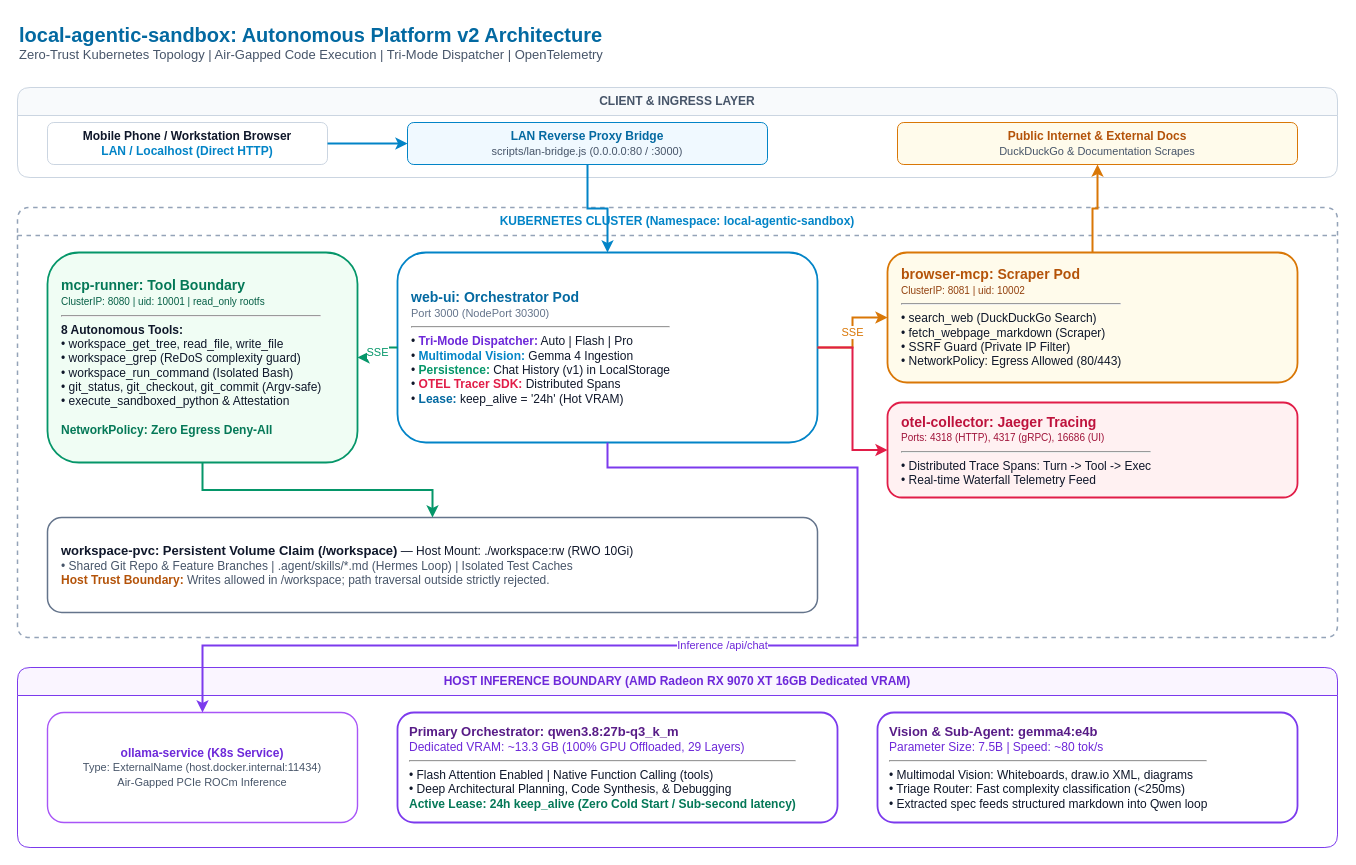
The draw.io diagram docs/architecture.drawio in ZackMcColgan/local-agentic-sandbox, before the edit. Source tidied: cells renumbered, new cells numbered last; positions are measured from the earlier drawing's top-left corner, leaving out a move shared by most shapes. Both pictures are drawn from the tidied source at 100%, with x=0, y=0 at pixel (17, 17).
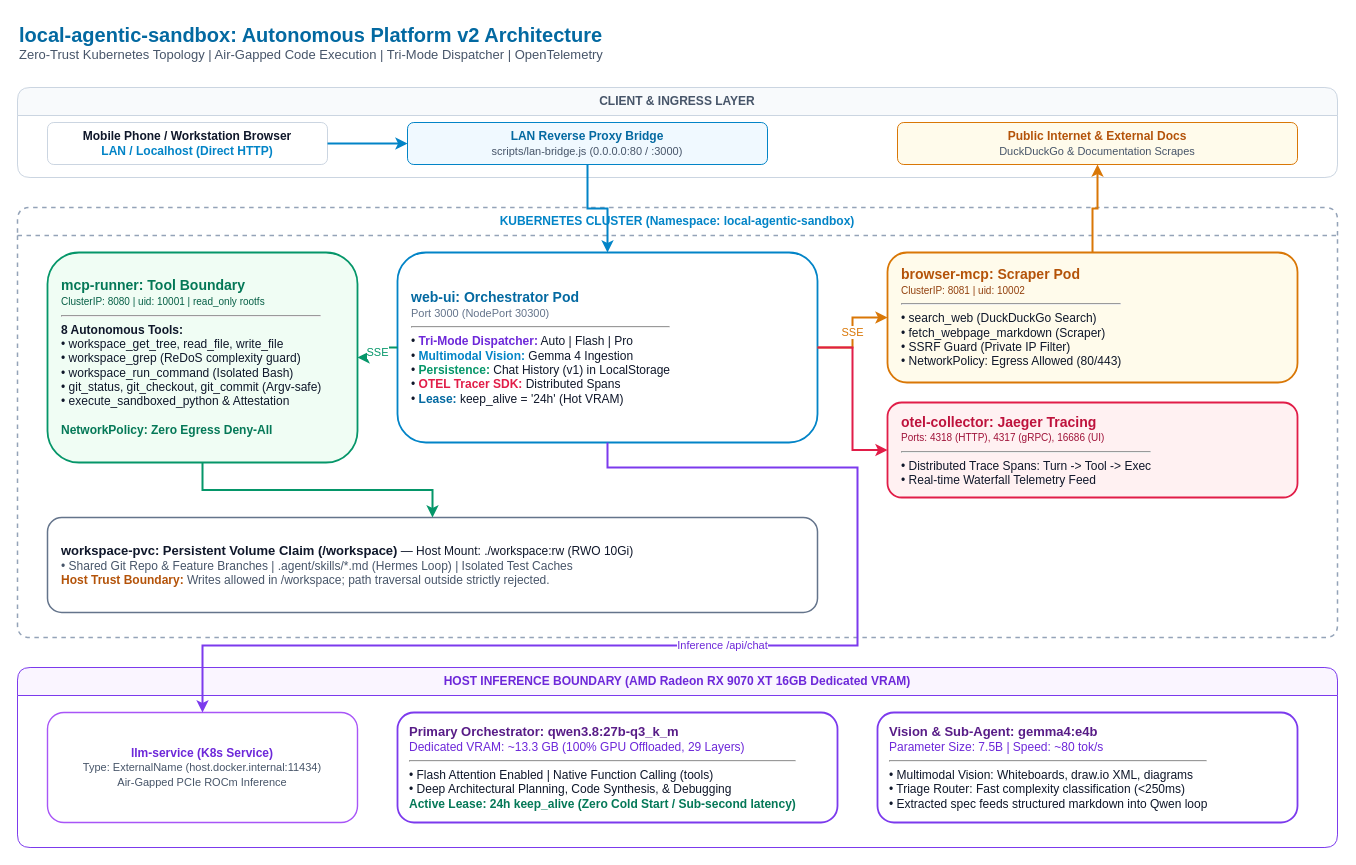
The same page after the edit.

The change refers to these unchanged cells:
```xml
<mxCell id="13" value="&lt;b&gt;HOST INFERENCE BOUNDARY (AMD Radeon RX 9070 XT 16GB Dedicated VRAM)&lt;/b&gt;" style="swimlane;whiteSpace=wrap;html=1;startSize=28;fillColor=#faf5ff;strokeColor=#7c3aed;fontColor=#6d28d9;rounded=1;" parent="1" vertex="1">
  <mxGeometry y="650" width="1320" height="180" as="geometry" />
</mxCell>
```

Diff of the diagram source:
```diff
@@
-    <mxCell id="14" value="&lt;b style='color: #6d28d9;'&gt;ollama-service (K8s Service)&lt;/b&gt;&lt;br/&gt;&lt;span style='font-size: 11px; color: #475569;'&gt;Type: ExternalName (host.docker.internal:11434)&lt;br/&gt;Air-Gapped PCIe ROCm Inference&lt;/span&gt;" style="rounded=1;whiteSpace=wrap;html=1;fillColor=#ffffff;strokeColor=#a855f7;strokeWidth=1.4;fontColor=#0f172a;" parent="13" vertex="1">
+    <mxCell id="14" value="&lt;b style='color: #6d28d9;'&gt;llm-service (K8s Service)&lt;/b&gt;&lt;br/&gt;&lt;span style='font-size: 11px; color: #475569;'&gt;Type: ExternalName (host.docker.internal:11434)&lt;br/&gt;Air-Gapped PCIe ROCm Inference&lt;/span&gt;" style="rounded=1;whiteSpace=wrap;html=1;fillColor=#ffffff;strokeColor=#a855f7;strokeWidth=1.4;fontColor=#0f172a;" parent="13" vertex="1">
       <mxGeometry x="30" y="45" width="310" height="110" as="geometry" />
     </mxCell>
```
